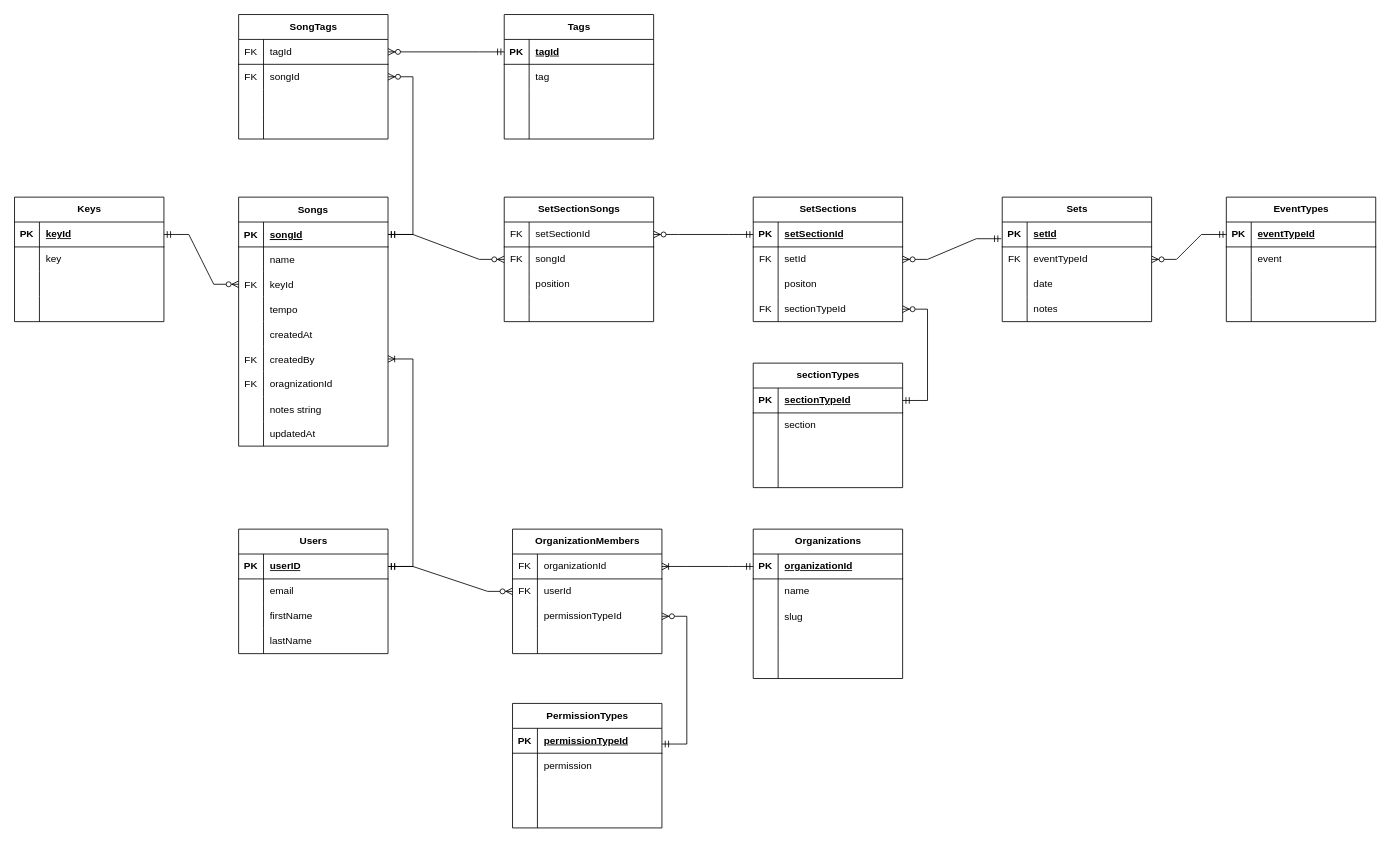
Above: data-relationship-diagram.drawio in justaddcl/sanbi (draw.io), before the change. Source tidied: cells renumbered, new cells numbered last; positions are measured from the earlier drawing's top-left corner, leaving out a move shared by most shapes. Both pictures are drawn from the tidied source at 83%, with x=0, y=0 at pixel (14, 14).
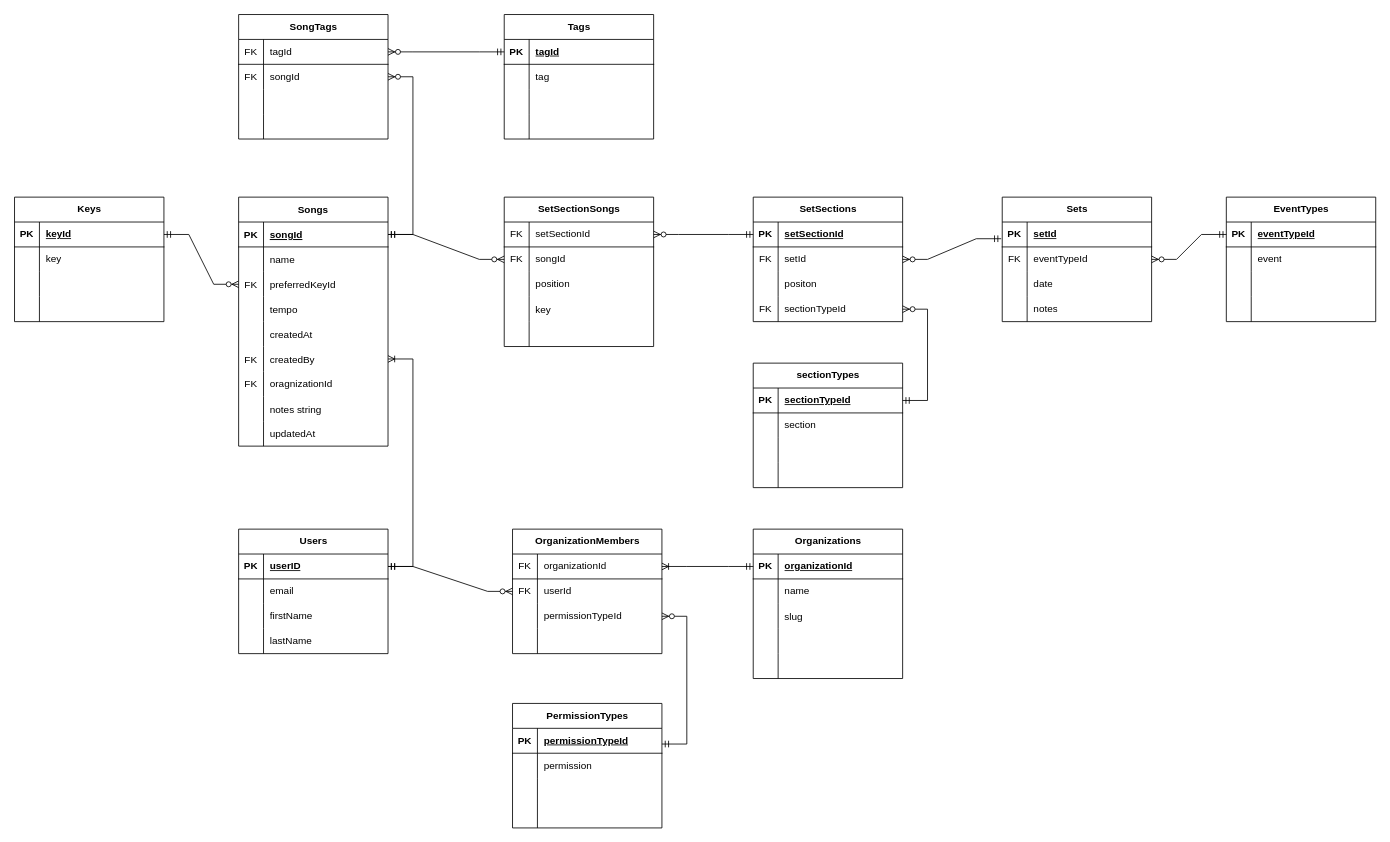
The same diagram, later.

Commit message:
feat: updates db schema diagram

The change refers to these unchanged cells:
```xml
<mxCell id="9" style="shape=partialRectangle;fillColor=none;points=[[0,0.5],[1,0.5]];portConstraint=eastwest;top=0;left=0;right=0;bottom=0;" parent="2" vertex="1">
  <mxGeometry y="90" width="180" height="30" as="geometry" />
</mxCell>
```

The edit, as a diff of the source:
```diff
@@
-    <mxCell id="11" value="keyId" style="shape=partialRectangle;overflow=hidden;fillColor=none;top=0;left=0;bottom=0;right=0;align=left;spacingLeft=6;" parent="9" vertex="1">
+    <mxCell id="11" value="preferredKeyId" style="shape=partialRectangle;overflow=hidden;fillColor=none;top=0;left=0;bottom=0;right=0;align=left;spacingLeft=6;" parent="9" vertex="1">
       <mxGeometry x="30" width="150" height="30" as="geometry" />
     </mxCell>
@@
     <mxCell id="188" value="SetSectionSongs" style="shape=table;startSize=30;childLayout=tableLayout;rowLines=0;fontStyle=1;align=center;html=1;" parent="1" vertex="1">
-      <mxGeometry x="590" y="220" width="180" height="150" as="geometry" />
+      <mxGeometry x="590" y="220" width="180" height="180" as="geometry" />
     </mxCell>
@@
+    <mxCell id="203" style="shape=tableRow;horizontal=0;startSize=0;swimlaneHead=0;swimlaneBody=0;fillColor=none;top=0;left=0;right=0;bottom=0;" parent="188" vertex="1">
+      <mxGeometry y="120" width="180" height="30" as="geometry" />
+    </mxCell>
+    <mxCell id="204" style="shape=partialRectangle;fillColor=none;top=0;left=0;bottom=0;right=0;overflow=hidden;" parent="203" vertex="1">
+      <mxGeometry width="30" height="30" as="geometry" />
+    </mxCell>
+    <mxCell id="205" value="key" style="shape=partialRectangle;fillColor=none;top=0;left=0;bottom=0;right=0;align=left;spacingLeft=6;overflow=hidden;" parent="203" vertex="1">
+      <mxGeometry x="30" width="150" height="30" as="geometry" />
+    </mxCell>
     <mxCell id="198" style="shape=tableRow;horizontal=0;startSize=0;swimlaneHead=0;swimlaneBody=0;fillColor=none;top=0;left=0;right=0;bottom=0;" parent="188" vertex="1">
-      <mxGeometry y="120" width="180" height="30" as="geometry" />
+      <mxGeometry y="150" width="180" height="30" as="geometry" />
     </mxCell>
```
